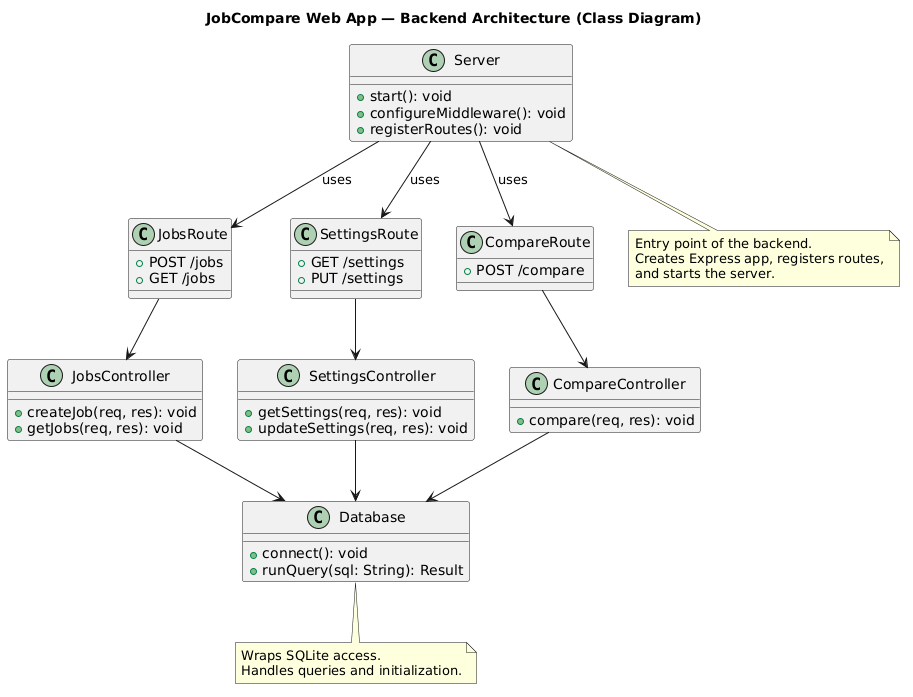
This is images/BackendArchitecture_Diagram.png from seattlefurby17/jobCompareApp, a PlantUML export, as it was before one commit.
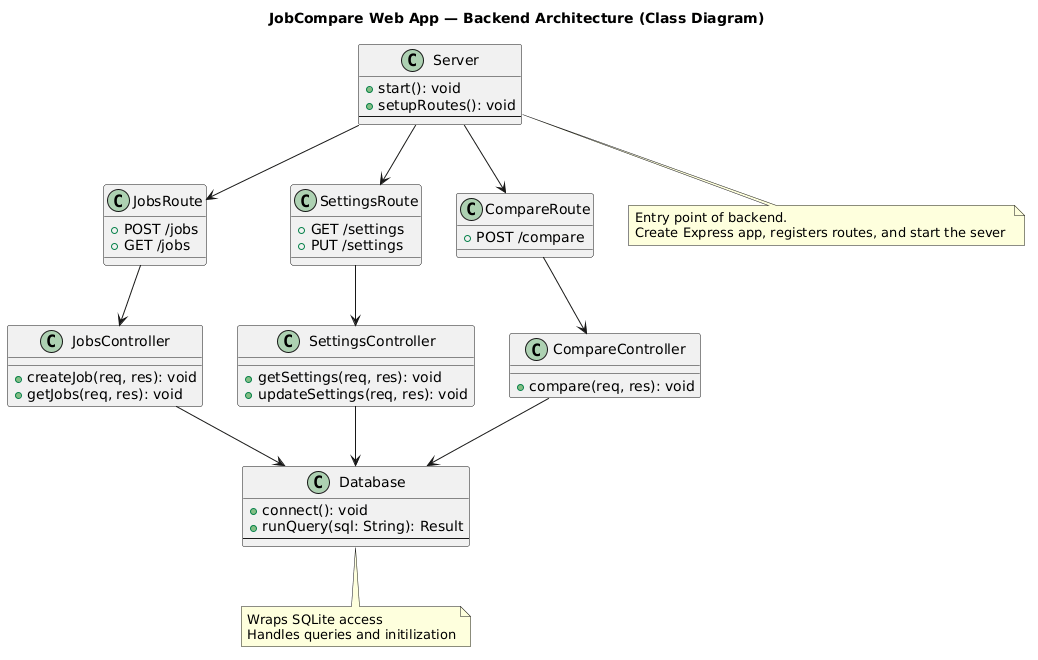
The same file after the commit.

The edit, as a diff of the source:
```diff
@@ -3,8 +3,8 @@
 
 class Server {
   + start(): void
-  + configureMiddleware(): void
-  + registerRoutes(): void
+  + setupRoutes(): void
+  --
 }
 
 class JobsRoute {
@@ -38,11 +38,12 @@
 class Database {
   + connect(): void
   + runQuery(sql: String): Result
+  --
 }
 
-Server --> JobsRoute : uses
-Server --> SettingsRoute : uses
-Server --> CompareRoute : uses
+Server --> JobsRoute
+Server --> SettingsRoute
+Server --> CompareRoute
 
 JobsRoute --> JobsController
 SettingsRoute --> SettingsController
@@ -53,13 +54,12 @@
 CompareController --> Database
 
 note bottom of Server
-  Entry point of the backend.
-  Creates Express app, registers routes,
-  and starts the server.
+Entry point of backend.
+Create Express app, registers routes, and start the sever
 end note
 
 note bottom of Database
-  Wraps SQLite access.
-  Handles queries and initialization.
+Wraps SQLite access
+Handles queries and initilization
 end note
 @enduml
```
